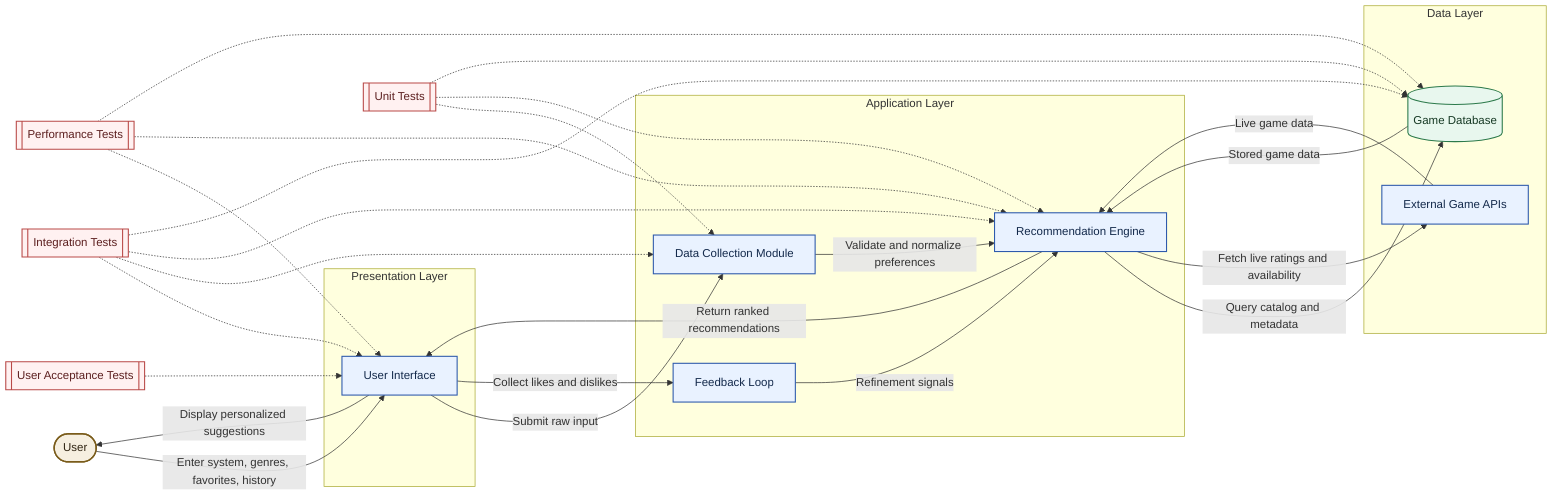
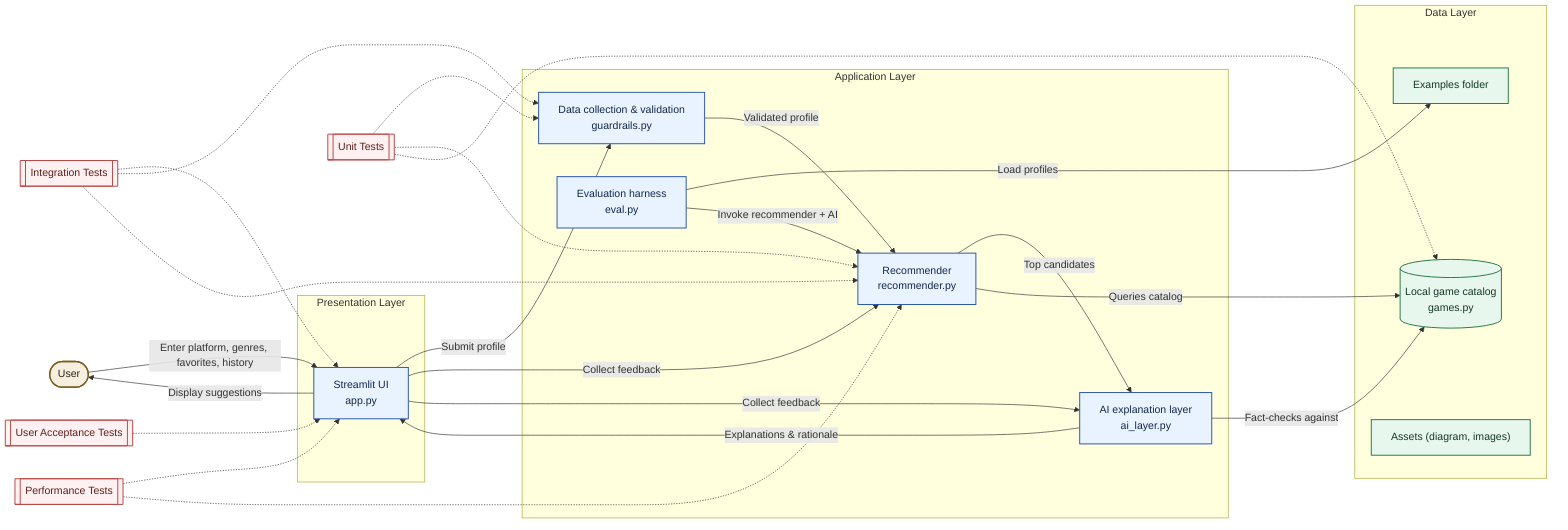
flowchart LR
    user([User])

    subgraph presentation[Presentation Layer]
-         ui[User Interface]
+         ui[Streamlit UI<br/>app.py]
    end

    subgraph application[Application Layer]
-         dcm[Data Collection Module]
-         re[Recommendation Engine]
-         fl[Feedback Loop]
+         dcm[Data collection & validation<br/>guardrails.py]
+         re[Recommender<br/>recommender.py]
+         ai[AI explanation layer<br/>ai_layer.py]
+         eval[Evaluation harness<br/>eval.py]
    end

    subgraph data[Data Layer]
-         db[(Game Database)]
-         api[External Game APIs]
+         games[(Local game catalog<br/>games.py)]
+         examples[Examples folder]
+         assets["Assets (diagram, images)"]
    end

-     user -->|Enter system, genres, favorites, history| ui
-     ui -->|Submit raw input| dcm
-     dcm -->|Validate and normalize preferences| re
-     re -->|Query catalog and metadata| db
-     re -->|Fetch live ratings and availability| api
-     db -->|Stored game data| re
-     api -->|Live game data| re
-     re -->|Return ranked recommendations| ui
-     ui -->|Display personalized suggestions| user
-     ui -->|Collect likes and dislikes| fl
-     fl -->|Refinement signals| re
+     user -->|Enter platform, genres, favorites, history| ui
+     ui -->|Submit profile| dcm
+     dcm -->|Validated profile| re
+     re -->|Top candidates| ai
+     ai -->|Explanations & rationale| ui
+     ai -->|Fact-checks against| games
+     re -->|Queries catalog| games
+     ui -->|Display suggestions| user
+     ui -->|Collect feedback| re
+     ui -->|Collect feedback| ai
+     eval -->|Load profiles| examples
+     eval -->|Invoke recommender + AI| re

+     %% Testing and QA
    ut[[Unit Tests]] -.-> dcm
    ut -.-> re
-     ut -.-> db
+     ut -.-> games
    it[[Integration Tests]] -.-> ui
    it -.-> dcm
    it -.-> re
-     it -.-> db
    uat[[User Acceptance Tests]] -.-> ui
    pt[[Performance Tests]] -.-> ui
    pt -.-> re
-     pt -.-> db

    classDef person fill:#f6efe0,stroke:#7a5c1b,stroke-width:2px,color:#2f2412;
    classDef layer fill:#e9f2ff,stroke:#2e5aac,stroke-width:1.5px,color:#13294b;
    classDef datastore fill:#e8f7ee,stroke:#2c7a4b,stroke-width:1.5px,color:#163924;
    classDef testing fill:#fff1f1,stroke:#b94a48,stroke-width:1.5px,color:#5c1f1f;

    class user person;
-     class ui,dcm,re,fl,api layer;
-     class db datastore;
+     class ui,dcm,re,ai,eval layer;
+     class games,examples,assets datastore;
    class ut,it,uat,pt testing;